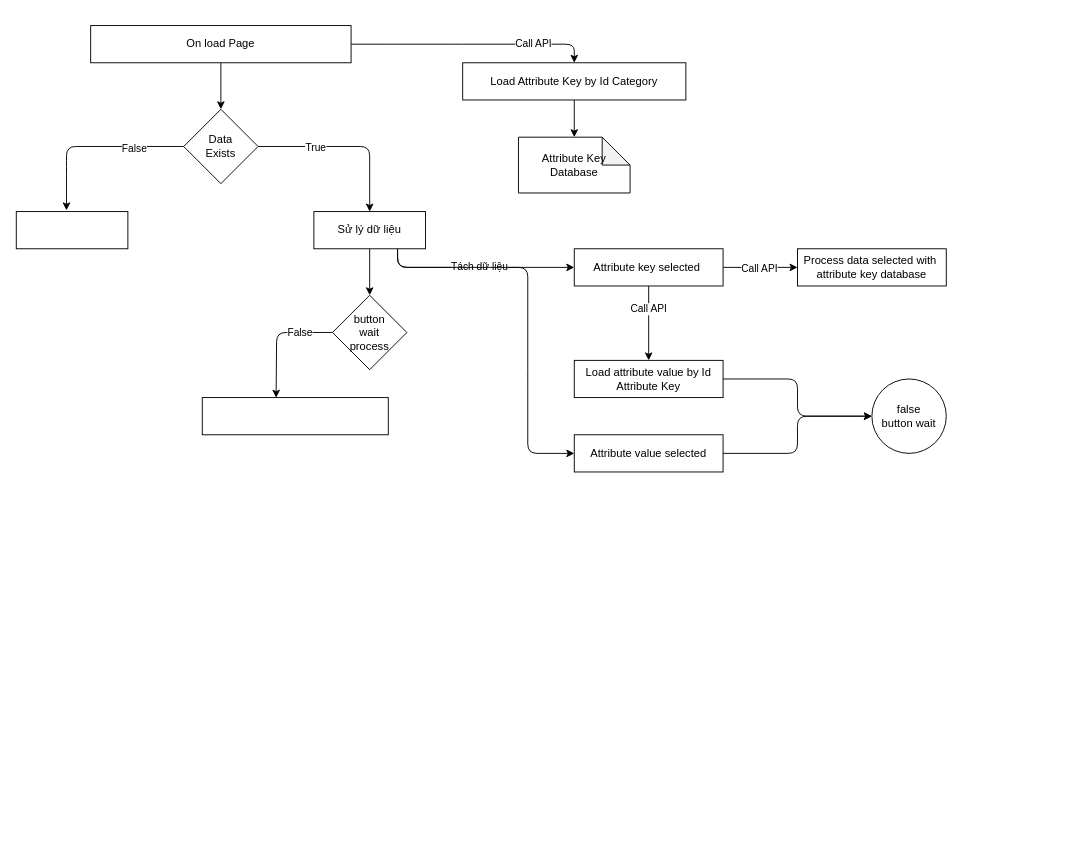
The draw.io diagram DoccumentProject/thread/editProduct.drawio in B6C-GC3/Check, before the edit. Source tidied: cells renumbered, new cells numbered last; positions are measured from the earlier drawing's top-left corner, leaving out a move shared by most shapes. Both pictures are drawn from the tidied source at 93%, with x=0, y=0 at pixel (16, 25).
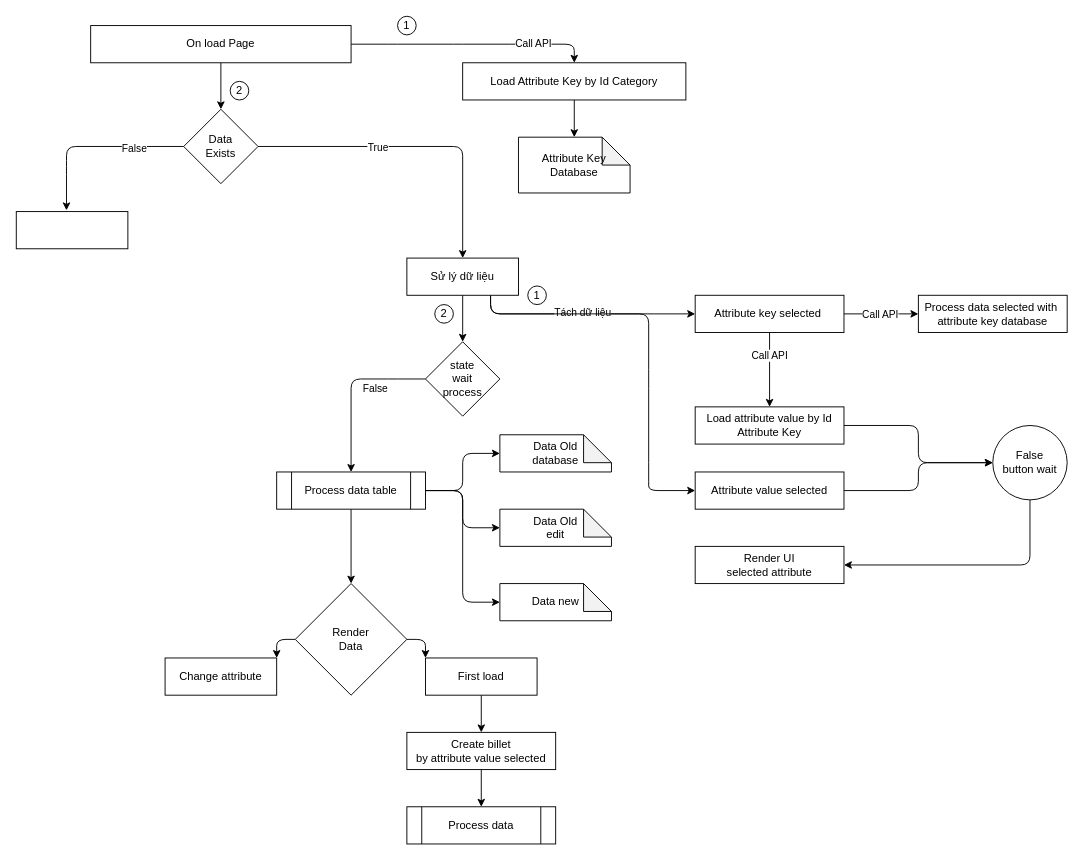
The same diagram, later.

The change refers to these unchanged cells:
```xml
<mxCell id="10" value="Data &lt;br&gt;Exists" style="rhombus;whiteSpace=wrap;html=1;" parent="1" vertex="1">
  <mxGeometry x="180" y="90" width="80" height="80" as="geometry" />
</mxCell>
```

The edit, as a diff of the source:
```diff
@@
     <mxCell id="8" style="edgeStyle=none;html=1;entryX=0.5;entryY=0;entryDx=0;entryDy=0;" parent="1" edge="1" source="10" target="16">
       <mxGeometry relative="1" as="geometry">
         <Array as="points">
-          <mxPoint x="380" y="130" />
+          <mxPoint x="480" y="130" />
         </Array>
       </mxGeometry>
     </mxCell>
@@
     <mxCell id="12" style="edgeStyle=none;html=1;exitX=0.75;exitY=1;exitDx=0;exitDy=0;" parent="1" edge="1" source="16" target="24">
       <mxGeometry relative="1" as="geometry">
         <Array as="points">
-          <mxPoint x="410" y="260" />
-          <mxPoint x="490" y="260" />
+          <mxPoint x="510" y="310" />
+          <mxPoint x="590" y="310" />
         </Array>
       </mxGeometry>
     </mxCell>
@@
     <mxCell id="14" style="edgeStyle=none;html=1;entryX=0;entryY=0.5;entryDx=0;entryDy=0;exitX=0.75;exitY=1;exitDx=0;exitDy=0;" parent="1" edge="1" source="16" target="26">
       <mxGeometry relative="1" as="geometry">
         <Array as="points">
-          <mxPoint x="410" y="260" />
-          <mxPoint x="550" y="260" />
-          <mxPoint x="550" y="380" />
-          <mxPoint x="550" y="460" />
+          <mxPoint x="510" y="310" />
+          <mxPoint x="680" y="310" />
+          <mxPoint x="680" y="380" />
+          <mxPoint x="680" y="480" />
+          <mxPoint x="680" y="500" />
         </Array>
       </mxGeometry>
     </mxCell>
@@
     <mxCell id="16" value="Sử lý dữ liệu" style="rounded=0;whiteSpace=wrap;html=1;" parent="1" vertex="1">
-      <mxGeometry x="320" y="200" width="120" height="40" as="geometry" />
+      <mxGeometry x="420" y="250" width="120" height="40" as="geometry" />
     </mxCell>
@@
-    <mxCell id="22" style="edgeStyle=none;html=1;" parent="1" edge="1" source="24" target="29">
+    <mxCell id="22" style="edgeStyle=none;html=1;" parent="1" edge="1" source="24">
       <mxGeometry relative="1" as="geometry">
+        <mxPoint x="970" y="310" as="targetPoint" />
         <Array as="points">
-          <mxPoint x="810" y="260" />
+          <mxPoint x="940" y="310" />
         </Array>
       </mxGeometry>
     </mxCell>
@@
     <mxCell id="24" value="Attribute key selected&amp;nbsp;" style="rounded=0;whiteSpace=wrap;html=1;" parent="1" vertex="1">
-      <mxGeometry x="600" y="240" width="160" height="40" as="geometry" />
+      <mxGeometry x="730" y="290" width="160" height="40" as="geometry" />
     </mxCell>
-    <mxCell id="25" style="edgeStyle=none;html=1;entryX=0;entryY=0.5;entryDx=0;entryDy=0;exitX=1;exitY=0.5;exitDx=0;exitDy=0;" parent="1" edge="1" source="26" target="33">
+    <mxCell id="25" style="edgeStyle=none;html=1;entryX=0;entryY=0.5;entryDx=0;entryDy=0;exitX=1;exitY=0.5;exitDx=0;exitDy=0;" parent="1" edge="1" source="26">
       <mxGeometry relative="1" as="geometry">
+        <mxPoint x="1050" y="470" as="targetPoint" />
         <Array as="points">
-          <mxPoint x="840" y="460" />
-          <mxPoint x="840" y="420" />
+          <mxPoint x="970" y="500" />
+          <mxPoint x="970" y="470" />
         </Array>
       </mxGeometry>
     </mxCell>
     <mxCell id="26" value="Attribute value selected" style="whiteSpace=wrap;html=1;rounded=0;" parent="1" vertex="1">
-      <mxGeometry x="600" y="440" width="160" height="40" as="geometry" />
+      <mxGeometry x="730" y="480" width="160" height="40" as="geometry" />
     </mxCell>
-    <mxCell id="27" style="edgeStyle=none;html=1;exitX=1;exitY=0.5;exitDx=0;exitDy=0;" parent="1" edge="1" source="28" target="33">
+    <mxCell id="27" style="edgeStyle=none;html=1;exitX=1;exitY=0.5;exitDx=0;exitDy=0;" parent="1" edge="1" source="28">
       <mxGeometry relative="1" as="geometry">
+        <mxPoint x="1050" y="470" as="targetPoint" />
         <Array as="points">
-          <mxPoint x="840" y="380" />
-          <mxPoint x="840" y="420" />
+          <mxPoint x="970" y="430" />
+          <mxPoint x="970" y="470" />
         </Array>
       </mxGeometry>
     </mxCell>
     <mxCell id="28" value="Load attribute value by Id Attribute Key" style="whiteSpace=wrap;html=1;rounded=0;" parent="1" vertex="1">
-      <mxGeometry x="600" y="360" width="160" height="40" as="geometry" />
+      <mxGeometry x="730" y="410" width="160" height="40" as="geometry" />
     </mxCell>
     <mxCell id="29" value="Process data selected with&amp;nbsp;&lt;br&gt;attribute key database" style="whiteSpace=wrap;html=1;rounded=0;" parent="1" vertex="1">
-      <mxGeometry x="840" y="240" width="160" height="40" as="geometry" />
+      <mxGeometry x="970" y="290" width="160" height="40" as="geometry" />
     </mxCell>
-    <mxCell id="30" style="edgeStyle=none;html=1;entryX=0.397;entryY=0.003;entryDx=0;entryDy=0;entryPerimeter=0;" parent="1" edge="1" source="32" target="34">
+    <mxCell id="30" style="edgeStyle=none;html=1;entryX=0.5;entryY=0;entryDx=0;entryDy=0;" parent="1" edge="1" source="32" target="41">
       <mxGeometry relative="1" as="geometry">
         <Array as="points">
-          <mxPoint x="310" y="330" />
-          <mxPoint x="280" y="330" />
+          <mxPoint x="410" y="380" />
+          <mxPoint x="360" y="380" />
         </Array>
       </mxGeometry>
     </mxCell>
@@
-    <mxCell id="32" value="button &lt;br&gt;wait &lt;br&gt;process" style="rhombus;whiteSpace=wrap;html=1;" parent="1" vertex="1">
-      <mxGeometry x="340" y="290" width="80" height="80" as="geometry" />
+    <mxCell id="32" value="state&lt;br&gt;wait &lt;br&gt;process" style="rhombus;whiteSpace=wrap;html=1;" parent="1" vertex="1">
+      <mxGeometry x="440" y="340" width="80" height="80" as="geometry" />
     </mxCell>
+    <mxCell id="35" style="edgeStyle=none;html=1;" parent="1" edge="1" target="36">
+      <mxGeometry relative="1" as="geometry">
+        <mxPoint x="1090" y="510" as="sourcePoint" />
+        <Array as="points">
+          <mxPoint x="1090" y="580" />
+        </Array>
+      </mxGeometry>
+    </mxCell>
-    <mxCell id="33" value="false &lt;br&gt;button wait" style="ellipse;whiteSpace=wrap;html=1;rounded=0;" parent="1" vertex="1">
-      <mxGeometry x="920" y="380" width="80" height="80" as="geometry" />
+    <mxCell id="33" value="False &lt;br&gt;button wait" style="ellipse;whiteSpace=wrap;html=1;rounded=0;" parent="1" vertex="1">
+      <mxGeometry x="1050" y="430" width="80" height="80" as="geometry" />
     </mxCell>
-    <mxCell id="34" style="whiteSpace=wrap;html=1;" parent="1" vertex="1">
-      <mxGeometry x="200" y="400" width="200" height="40" as="geometry" />
-    </mxCell>
+    <mxCell id="36" value="Render UI &lt;br&gt;selected attribute" style="rounded=0;whiteSpace=wrap;html=1;" parent="1" vertex="1">
+      <mxGeometry x="730" y="560" width="160" height="40" as="geometry" />
+    </mxCell>
+    <mxCell id="37" style="edgeStyle=none;html=1;exitX=1;exitY=0.5;exitDx=0;exitDy=0;" parent="1" edge="1" source="41" target="42">
+      <mxGeometry relative="1" as="geometry">
+        <Array as="points">
+          <mxPoint x="480" y="500" />
+          <mxPoint x="480" y="460" />
+        </Array>
+      </mxGeometry>
+    </mxCell>
+    <mxCell id="38" style="edgeStyle=none;html=1;entryX=0;entryY=0.5;entryDx=0;entryDy=0;entryPerimeter=0;" parent="1" edge="1" source="41" target="43">
+      <mxGeometry relative="1" as="geometry">
+        <Array as="points">
+          <mxPoint x="480" y="500" />
+          <mxPoint x="480" y="540" />
+        </Array>
+      </mxGeometry>
+    </mxCell>
+    <mxCell id="39" style="edgeStyle=none;html=1;entryX=0;entryY=0.5;entryDx=0;entryDy=0;entryPerimeter=0;exitX=1;exitY=0.5;exitDx=0;exitDy=0;" parent="1" edge="1" source="41" target="44">
+      <mxGeometry relative="1" as="geometry">
+        <Array as="points">
+          <mxPoint x="480" y="500" />
+          <mxPoint x="480" y="620" />
+        </Array>
+      </mxGeometry>
+    </mxCell>
+    <mxCell id="40" style="edgeStyle=none;html=1;entryX=0.5;entryY=0;entryDx=0;entryDy=0;" parent="1" edge="1" source="41" target="51">
+      <mxGeometry relative="1" as="geometry" />
+    </mxCell>
+    <mxCell id="41" value="Process data table" style="shape=process;whiteSpace=wrap;html=1;backgroundOutline=1;" parent="1" vertex="1">
+      <mxGeometry x="280" y="480" width="160" height="40" as="geometry" />
+    </mxCell>
+    <mxCell id="42" value="Data Old&lt;br&gt;database" style="shape=note;whiteSpace=wrap;html=1;backgroundOutline=1;darkOpacity=0.05;" parent="1" vertex="1">
+      <mxGeometry x="520" y="440" width="120" height="40" as="geometry" />
+    </mxCell>
+    <mxCell id="43" value="Data Old&lt;br&gt;edit" style="shape=note;whiteSpace=wrap;html=1;backgroundOutline=1;darkOpacity=0.05;" parent="1" vertex="1">
+      <mxGeometry x="520" y="520" width="120" height="40" as="geometry" />
+    </mxCell>
+    <mxCell id="44" value="Data new" style="shape=note;whiteSpace=wrap;html=1;backgroundOutline=1;darkOpacity=0.05;" parent="1" vertex="1">
+      <mxGeometry x="520" y="600" width="120" height="40" as="geometry" />
+    </mxCell>
+    <mxCell id="45" value="1" style="ellipse;whiteSpace=wrap;html=1;" parent="1" vertex="1">
+      <mxGeometry x="550" y="280" width="20" height="20" as="geometry" />
+    </mxCell>
+    <mxCell id="46" value="2" style="ellipse;whiteSpace=wrap;html=1;" parent="1" vertex="1">
+      <mxGeometry x="450" y="300" width="20" height="20" as="geometry" />
+    </mxCell>
+    <mxCell id="47" value="1" style="ellipse;whiteSpace=wrap;html=1;" parent="1" vertex="1">
+      <mxGeometry x="410" y="-10" width="20" height="20" as="geometry" />
+    </mxCell>
+    <mxCell id="48" value="2" style="ellipse;whiteSpace=wrap;html=1;" parent="1" vertex="1">
+      <mxGeometry x="230" y="60" width="20" height="20" as="geometry" />
+    </mxCell>
+    <mxCell id="49" style="edgeStyle=none;html=1;exitX=0;exitY=0.5;exitDx=0;exitDy=0;entryX=1;entryY=0;entryDx=0;entryDy=0;" parent="1" edge="1" source="51" target="52">
+      <mxGeometry relative="1" as="geometry">
+        <Array as="points">
+          <mxPoint x="280" y="660" />
+        </Array>
+      </mxGeometry>
+    </mxCell>
+    <mxCell id="50" style="edgeStyle=none;html=1;entryX=0;entryY=0;entryDx=0;entryDy=0;exitX=1;exitY=0.5;exitDx=0;exitDy=0;" parent="1" edge="1" source="51" target="54">
+      <mxGeometry relative="1" as="geometry">
+        <Array as="points">
+          <mxPoint x="440" y="660" />
+        </Array>
+      </mxGeometry>
+    </mxCell>
+    <mxCell id="51" value="Render&lt;br&gt;Data" style="rhombus;whiteSpace=wrap;html=1;" parent="1" vertex="1">
+      <mxGeometry x="300" y="600" width="120" height="120" as="geometry" />
+    </mxCell>
+    <mxCell id="52" value="Change attribute" style="whiteSpace=wrap;html=1;" parent="1" vertex="1">
+      <mxGeometry x="160" y="680" width="120" height="40" as="geometry" />
+    </mxCell>
+    <mxCell id="53" style="edgeStyle=none;html=1;" parent="1" edge="1" source="54" target="56">
+      <mxGeometry relative="1" as="geometry" />
+    </mxCell>
+    <mxCell id="54" value="First load" style="whiteSpace=wrap;html=1;" parent="1" vertex="1">
+      <mxGeometry x="440" y="680" width="120" height="40" as="geometry" />
+    </mxCell>
+    <mxCell id="55" style="edgeStyle=none;html=1;entryX=0.5;entryY=0;entryDx=0;entryDy=0;" parent="1" edge="1" source="56" target="57">
+      <mxGeometry relative="1" as="geometry" />
+    </mxCell>
+    <mxCell id="56" value="Create billet &lt;br&gt;by attribute value selected" style="whiteSpace=wrap;html=1;" parent="1" vertex="1">
+      <mxGeometry x="420" y="760" width="160" height="40" as="geometry" />
+    </mxCell>
+    <mxCell id="57" value="Process data" style="shape=process;whiteSpace=wrap;html=1;backgroundOutline=1;" parent="1" vertex="1">
+      <mxGeometry x="420" y="840" width="160" height="40" as="geometry" />
+    </mxCell>
```
